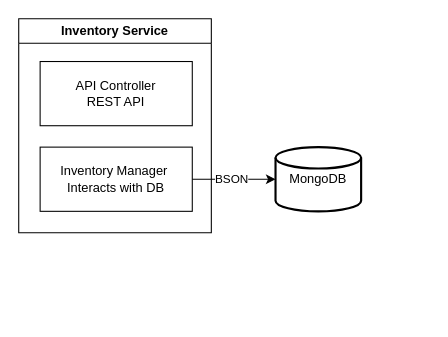
Before: page "Inventory" (8 of 11) of ABC C1.drawio in IlyaMoskva/diagrams, a draw.io diagram. Source tidied: cells renumbered, new cells numbered last; positions are measured from the earlier drawing's top-left corner, leaving out a move shared by most shapes. Both pictures are drawn from the tidied source at 107%, with x=0, y=0 at pixel (18, 18).
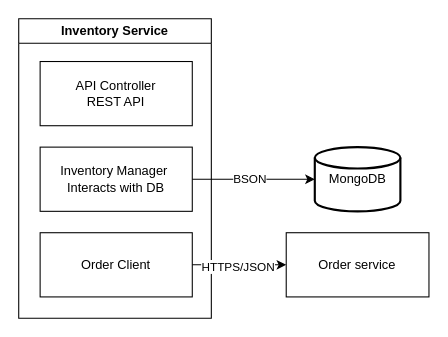
The same diagram, later.

Change to the diagram source:
```diff
@@
 <mxGraphModel>
   <root>
     <mxCell id="0" />
     <mxCell id="1" parent="0" />
     <mxCell id="2" value="Inventory Service" style="swimlane;whiteSpace=wrap;html=1;" parent="1" vertex="1">
-      <mxGeometry width="180" height="200" as="geometry" />
+      <mxGeometry width="180" height="280" as="geometry" />
     </mxCell>
     <mxCell id="3" value="&lt;div&gt;API Controller&lt;/div&gt;&lt;div&gt;REST API&lt;/div&gt;" style="whiteSpace=wrap;html=1;" parent="2" vertex="1">
       <mxGeometry x="20" y="40" width="142.2" height="60" as="geometry" />
     </mxCell>
     <mxCell id="4" value="Inventory Manager&amp;nbsp;&lt;div&gt;Interacts with DB&lt;/div&gt;" style="whiteSpace=wrap;html=1;" parent="2" vertex="1">
       <mxGeometry x="20" y="120" width="142.2" height="60" as="geometry" />
     </mxCell>
+    <mxCell id="8" value="Order Client" style="whiteSpace=wrap;html=1;" parent="2" vertex="1">
+      <mxGeometry x="20" y="200" width="142.2" height="60" as="geometry" />
+    </mxCell>
+    <mxCell id="9" value="Order service" style="whiteSpace=wrap;html=1;" parent="2" vertex="1">
+      <mxGeometry x="250" y="200" width="133.4" height="60" as="geometry" />
+    </mxCell>
+    <mxCell id="10" style="edgeStyle=orthogonalEdgeStyle;rounded=0;jettySize=auto;html=1;" parent="2" edge="1" source="8" target="9">
+      <mxGeometry relative="1" as="geometry" />
+    </mxCell>
+    <mxCell id="11" value="HTTPS/JSON" style="edgeLabel;html=1;align=center;verticalAlign=middle;" parent="10" vertex="1">
+      <mxGeometry x="-0.05" y="-1" relative="1" as="geometry" />
+    </mxCell>
-    <mxCell id="5" value="MongoDB" style="strokeWidth=2;html=1;shape=mxgraph.flowchart.database;whiteSpace=wrap;" parent="1" vertex="1">
-      <mxGeometry x="240" y="120" width="80" height="60" as="geometry" />
+    <mxCell id="5" value="MongoDB" style="strokeWidth=2;html=1;shape=mxgraph.flowchart.database;whiteSpace=wrap;" parent="2" vertex="1">
+      <mxGeometry x="276.7" y="120" width="80" height="60" as="geometry" />
     </mxCell>
-    <mxCell id="6" style="edgeStyle=orthogonalEdgeStyle;rounded=0;jettySize=auto;html=1;entryX=0;entryY=0.5;entryDx=0;entryDy=0;entryPerimeter=0;" parent="1" edge="1" source="4" target="5">
+    <mxCell id="6" style="edgeStyle=orthogonalEdgeStyle;rounded=0;jettySize=auto;html=1;entryX=0;entryY=0.5;entryDx=0;entryDy=0;entryPerimeter=0;" parent="2" edge="1" source="4" target="5">
       <mxGeometry relative="1" as="geometry" />
     </mxCell>
     <mxCell id="7" value="BSON" style="edgeLabel;html=1;align=center;verticalAlign=middle;" parent="6" vertex="1">
       <mxGeometry x="-0.08" y="1" relative="1" as="geometry" />
     </mxCell>
   </root>
 </mxGraphModel>
```
